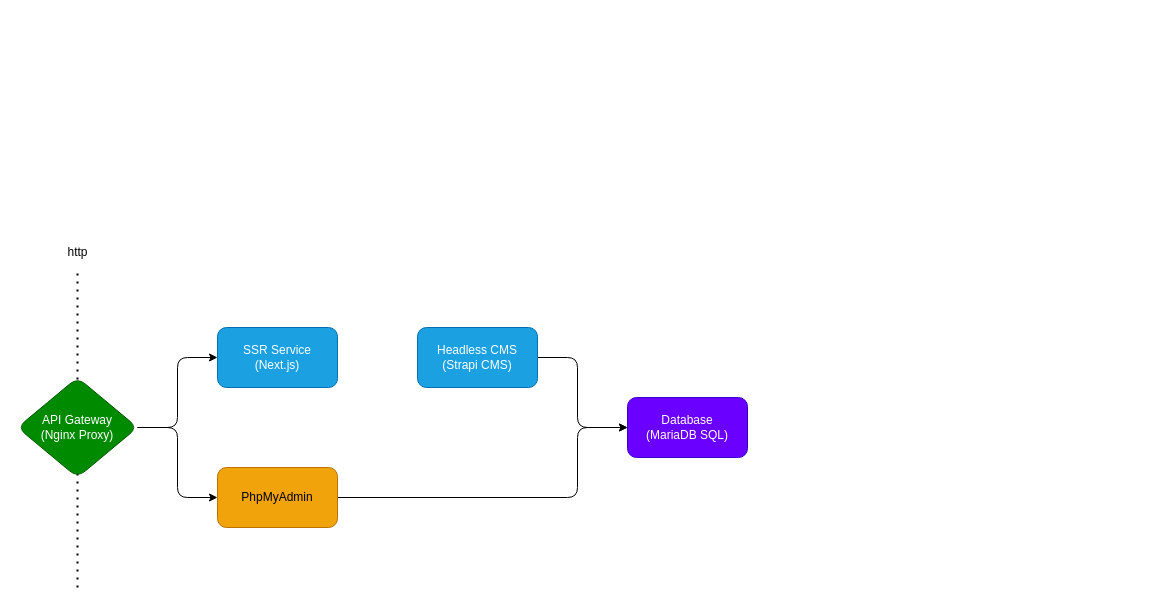
paulAlexSerban/tpl--mern keeps this draw.io diagram as wiki/projects/dj-events/service-setup.drawio. Above is the earlier version. Source tidied: cells renumbered, new cells numbered last; positions are measured from the earlier drawing's top-left corner, leaving out a move shared by most shapes. Both pictures are drawn from the tidied source at 100%, with x=0, y=0 at pixel (17, 237).
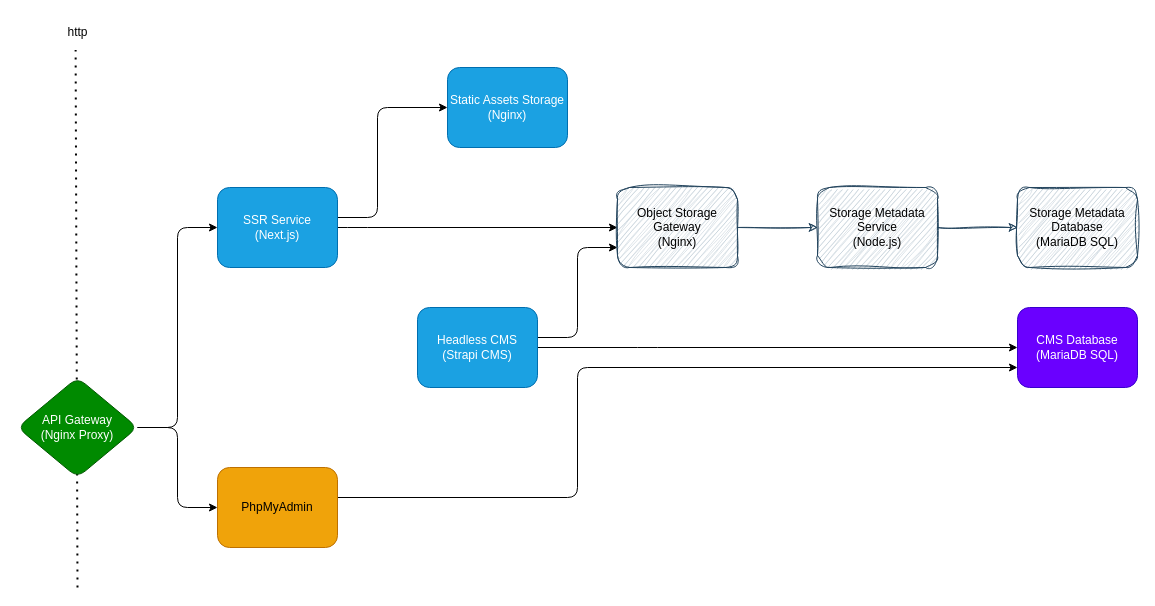
After the change.

Commit message:
docs(dj-events): adjust diagram

Unchanged cells that the change refers to:
```xml
<mxCell id="9" value="API Gateway&lt;br&gt;(Nginx Proxy)" style="rhombus;whiteSpace=wrap;html=1;rounded=1;fillColor=#008a00;fontColor=#ffffff;strokeColor=#005700;" parent="1" vertex="1">
  <mxGeometry y="140" width="120" height="100" as="geometry" />
</mxCell>
```

Change to the diagram source:
```diff
@@
-    <mxCell id="2" style="endArrow=none;dashed=1;html=1;dashPattern=1 3;strokeWidth=2;" parent="1" edge="1">
+    <mxCell id="2" style="endArrow=none;dashed=1;html=1;dashPattern=1 3;strokeWidth=2;entryX=0.453;entryY=1.081;entryDx=0;entryDy=0;entryPerimeter=0;" parent="1" edge="1" target="10">
       <mxGeometry relative="1" as="geometry">
         <mxPoint x="60" y="350" as="sourcePoint" />
-        <mxPoint x="60" y="30" as="targetPoint" />
       </mxGeometry>
     </mxCell>
     <mxCell id="3" style="edgeStyle=orthogonalEdgeStyle;html=1;exitX=1;exitY=0.5;exitDx=0;exitDy=0;" parent="1" edge="1" source="9" target="5">
-      <mxGeometry relative="1" as="geometry" />
+      <mxGeometry relative="1" as="geometry">
+        <Array as="points">
+          <mxPoint x="160" y="190" />
+          <mxPoint x="160" y="-10" />
+        </Array>
+      </mxGeometry>
     </mxCell>
     <mxCell id="4" style="edgeStyle=orthogonalEdgeStyle;html=1;entryX=0;entryY=0.5;entryDx=0;entryDy=0;fillColor=#f9f7ed;strokeColor=#FFFFFF;" parent="1" edge="1" source="5" target="7">
-      <mxGeometry relative="1" as="geometry" />
+      <mxGeometry relative="1" as="geometry">
+        <Array as="points">
+          <mxPoint x="360" />
+          <mxPoint x="360" y="110" />
+        </Array>
+      </mxGeometry>
     </mxCell>
+    <mxCell id="14" style="edgeStyle=orthogonalEdgeStyle;html=1;entryX=0;entryY=0.5;entryDx=0;entryDy=0;" parent="1" edge="1" source="5" target="18">
+      <mxGeometry relative="1" as="geometry">
+        <Array as="points">
+          <mxPoint x="340" y="-10" />
+          <mxPoint x="340" y="-10" />
+        </Array>
+      </mxGeometry>
+    </mxCell>
+    <mxCell id="15" style="edgeStyle=orthogonalEdgeStyle;html=1;entryX=0;entryY=0.5;entryDx=0;entryDy=0;" parent="1" edge="1" source="5" target="21">
+      <mxGeometry relative="1" as="geometry">
+        <Array as="points">
+          <mxPoint x="360" y="-20" />
+          <mxPoint x="360" y="-130" />
+        </Array>
+      </mxGeometry>
+    </mxCell>
     <mxCell id="5" value="SSR Service&lt;br&gt;(Next.js)" style="rounded=1;whiteSpace=wrap;html=1;fillColor=#1ba1e2;fontColor=#ffffff;strokeColor=#006EAF;" parent="1" vertex="1">
-      <mxGeometry x="200" y="90" width="120" height="60" as="geometry" />
+      <mxGeometry x="200" y="-50" width="120" height="80" as="geometry" />
     </mxCell>
-    <mxCell id="6" style="edgeStyle=orthogonalEdgeStyle;html=1;entryX=0;entryY=0.5;entryDx=0;entryDy=0;" parent="1" edge="1" source="7">
+    <mxCell id="6" style="edgeStyle=orthogonalEdgeStyle;html=1;entryX=0;entryY=0.5;entryDx=0;entryDy=0;" parent="1" edge="1" source="7" target="11">
       <mxGeometry relative="1" as="geometry">
-        <mxPoint x="610" y="190" as="targetPoint" />
         <Array as="points">
-          <mxPoint x="560" y="120" />
-          <mxPoint x="560" y="190" />
+          <mxPoint x="630" y="110" />
+          <mxPoint x="630" y="110" />
         </Array>
       </mxGeometry>
     </mxCell>
+    <mxCell id="16" style="edgeStyle=orthogonalEdgeStyle;html=1;entryX=0;entryY=0.75;entryDx=0;entryDy=0;" parent="1" edge="1" source="7" target="18">
+      <mxGeometry relative="1" as="geometry">
+        <Array as="points">
+          <mxPoint x="560" y="100" />
+          <mxPoint x="560" y="10" />
+        </Array>
+      </mxGeometry>
+    </mxCell>
     <mxCell id="7" value="Headless CMS&lt;br&gt;(Strapi CMS)" style="rounded=1;whiteSpace=wrap;html=1;fillColor=#1ba1e2;fontColor=#ffffff;strokeColor=#006EAF;" parent="1" vertex="1">
-      <mxGeometry x="400" y="90" width="120" height="60" as="geometry" />
+      <mxGeometry x="400" y="70" width="120" height="80" as="geometry" />
     </mxCell>
@@
     <mxCell id="10" value="http" style="text;html=1;align=center;verticalAlign=middle;points=[];strokeColor=none;fillColor=none;rounded=1;" parent="1" vertex="1">
-      <mxGeometry x="40" width="40" height="30" as="geometry" />
+      <mxGeometry x="40" y="-220" width="40" height="30" as="geometry" />
     </mxCell>
-    <mxCell id="11" value="Database&lt;br&gt;(MariaDB SQL)" style="rounded=1;whiteSpace=wrap;html=1;fillColor=#6a00ff;fontColor=#ffffff;strokeColor=#3700CC;" parent="1" vertex="1">
-      <mxGeometry x="610" y="160" width="120" height="60" as="geometry" />
+    <mxCell id="11" value="CMS Database&lt;br&gt;(MariaDB SQL)" style="rounded=1;whiteSpace=wrap;html=1;fillColor=#6a00ff;fontColor=#ffffff;strokeColor=#3700CC;" parent="1" vertex="1">
+      <mxGeometry x="1000" y="70" width="120" height="80" as="geometry" />
     </mxCell>
-    <mxCell id="12" style="edgeStyle=orthogonalEdgeStyle;html=1;entryX=0;entryY=0.5;entryDx=0;entryDy=0;" parent="1" edge="1" source="13">
+    <mxCell id="12" style="edgeStyle=orthogonalEdgeStyle;html=1;" parent="1" edge="1" source="13">
       <mxGeometry relative="1" as="geometry">
-        <mxPoint x="610" y="190" as="targetPoint" />
+        <mxPoint x="1000" y="130" as="targetPoint" />
         <Array as="points">
           <mxPoint x="560" y="260" />
-          <mxPoint x="560" y="190" />
+          <mxPoint x="560" y="130" />
         </Array>
       </mxGeometry>
     </mxCell>
     <mxCell id="13" value="PhpMyAdmin" style="rounded=1;whiteSpace=wrap;html=1;fillColor=#f0a30a;fontColor=#000000;strokeColor=#BD7000;" parent="1" vertex="1">
-      <mxGeometry x="200" y="230" width="120" height="60" as="geometry" />
+      <mxGeometry x="200" y="230" width="120" height="80" as="geometry" />
     </mxCell>
+    <mxCell id="17" style="edgeStyle=orthogonalEdgeStyle;html=1;entryX=0;entryY=0.5;entryDx=0;entryDy=0;fillColor=#bac8d3;strokeColor=#23445d;sketch=1;curveFitting=1;jiggle=2;" parent="1" edge="1" source="18" target="20">
+      <mxGeometry relative="1" as="geometry" />
+    </mxCell>
+    <mxCell id="18" value="Object Storage Gateway&lt;br&gt;(Nginx)" style="rounded=1;whiteSpace=wrap;html=1;fillColor=#bac8d3;strokeColor=#23445d;sketch=1;curveFitting=1;jiggle=2;" parent="1" vertex="1">
+      <mxGeometry x="600" y="-50" width="120" height="80" as="geometry" />
+    </mxCell>
+    <mxCell id="19" style="edgeStyle=orthogonalEdgeStyle;html=1;entryX=0;entryY=0.5;entryDx=0;entryDy=0;fillColor=#bac8d3;strokeColor=#23445d;sketch=1;curveFitting=1;jiggle=2;" parent="1" edge="1" source="20" target="22">
+      <mxGeometry relative="1" as="geometry" />
+    </mxCell>
+    <mxCell id="20" value="Storage Metadata Service&lt;br&gt;(Node.js)" style="rounded=1;whiteSpace=wrap;html=1;fillColor=#bac8d3;strokeColor=#23445d;sketch=1;curveFitting=1;jiggle=2;" parent="1" vertex="1">
+      <mxGeometry x="800" y="-50" width="120" height="80" as="geometry" />
+    </mxCell>
+    <mxCell id="21" value="Static Assets Storage&lt;br&gt;(Nginx)" style="rounded=1;whiteSpace=wrap;html=1;fillColor=#1ba1e2;fontColor=#ffffff;strokeColor=#006EAF;" parent="1" vertex="1">
+      <mxGeometry x="430" y="-170" width="120" height="80" as="geometry" />
+    </mxCell>
+    <mxCell id="22" value="Storage Metadata Database&lt;br&gt;(MariaDB SQL)" style="rounded=1;whiteSpace=wrap;html=1;fillColor=#bac8d3;strokeColor=#23445d;sketch=1;curveFitting=1;jiggle=2;" parent="1" vertex="1">
+      <mxGeometry x="1000" y="-50" width="120" height="80" as="geometry" />
+    </mxCell>
```
